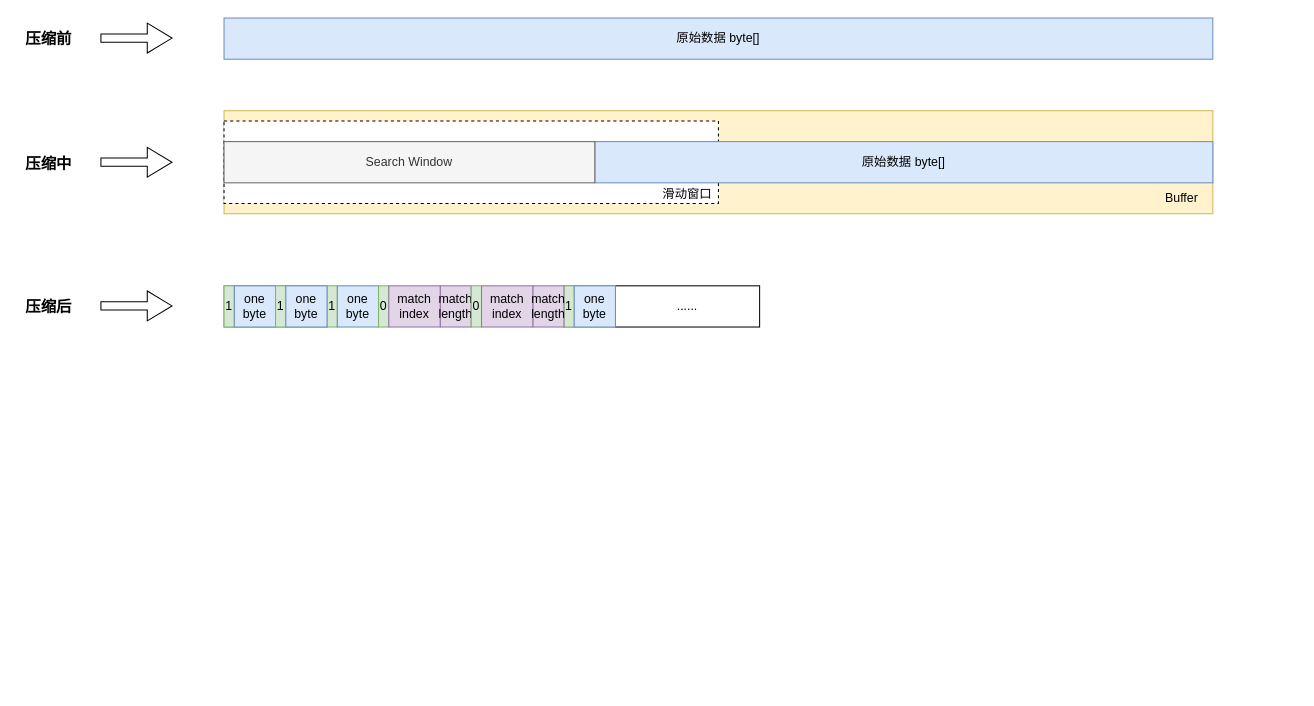
Earlier version of the draw.io diagram LZSS算法原理.drawio (blankbro/draw.io). Source tidied: cells renumbered, new cells numbered last; positions are measured from the earlier drawing's top-left corner, leaving out a move shared by most shapes. Both pictures are drawn from the tidied source at 103%, with x=0, y=0 at pixel (18, 18).
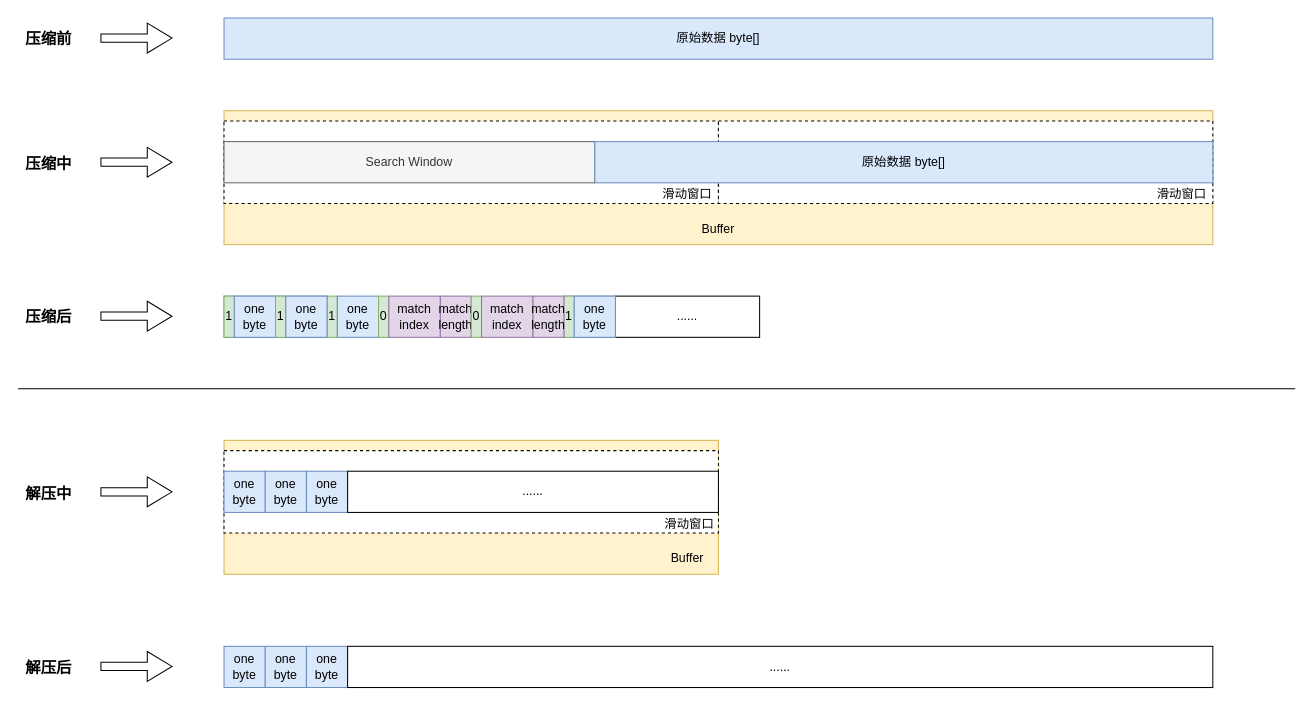
The same diagram, later.

Commit message (it also covers changes not shown here):
更新LZSS算法原理.drawio

The edit, as a diff of the source:
```diff
@@
+    <mxCell id="34" style="rounded=0;whiteSpace=wrap;html=1;fillColor=#fff2cc;strokeColor=#d6b656;" parent="1" vertex="1">
+      <mxGeometry x="200" y="410" width="480" height="130" as="geometry" />
+    </mxCell>
     <mxCell id="2" style="rounded=0;whiteSpace=wrap;html=1;fillColor=#fff2cc;strokeColor=#d6b656;" parent="1" vertex="1">
-      <mxGeometry x="200" y="90" width="960" height="100" as="geometry" />
+      <mxGeometry x="200" y="90" width="960" height="130" as="geometry" />
     </mxCell>
@@
-    <mxCell id="5" value="原始数据 byte[]" style="rounded=0;whiteSpace=wrap;html=1;fillColor=#dae8fc;strokeColor=#6c8ebf;" parent="1" vertex="1">
-      <mxGeometry x="560" y="120" width="600" height="40" as="geometry" />
-    </mxCell>
@@
     <mxCell id="8" value="Buffer" style="text;html=1;strokeColor=none;fillColor=none;align=center;verticalAlign=middle;whiteSpace=wrap;rounded=0;" parent="1" vertex="1">
-      <mxGeometry x="1100" y="160" width="60" height="30" as="geometry" />
+      <mxGeometry x="650" y="190" width="60" height="30" as="geometry" />
     </mxCell>
@@
     <mxCell id="11" style="group;" parent="1" vertex="1">
-      <mxGeometry x="200" y="260" width="520" height="40" as="geometry" />
+      <mxGeometry x="200" y="270" width="520" height="40" as="geometry" />
     </mxCell>
@@
     <mxCell id="30" value="&lt;font style=&quot;font-size: 15px;&quot;&gt;&lt;b&gt;压缩后&lt;/b&gt;&lt;/font&gt;" style="text;html=1;strokeColor=none;fillColor=none;align=center;verticalAlign=middle;whiteSpace=wrap;rounded=0;" parent="1" vertex="1">
-      <mxGeometry y="260" width="60" height="40" as="geometry" />
+      <mxGeometry y="270" width="60" height="40" as="geometry" />
     </mxCell>
@@
     <mxCell id="33" style="shape=flexArrow;endArrow=classic;html=1;rounded=0;width=8;endSize=7.67;" parent="1" edge="1">
       <mxGeometry relative="1" as="geometry">
-        <mxPoint x="80" y="279.5" as="sourcePoint" />
-        <mxPoint x="150" y="279.5" as="targetPoint" />
+        <mxPoint x="80" y="289.5" as="sourcePoint" />
+        <mxPoint x="150" y="289.5" as="targetPoint" />
       </mxGeometry>
     </mxCell>
+    <mxCell id="35" style="rounded=0;whiteSpace=wrap;html=1;fillColor=default;dashed=1;" parent="1" vertex="1">
+      <mxGeometry x="680" y="100" width="480" height="80" as="geometry" />
+    </mxCell>
+    <mxCell id="5" value="原始数据 byte[]" style="rounded=0;whiteSpace=wrap;html=1;fillColor=#dae8fc;strokeColor=#6c8ebf;" parent="1" vertex="1">
+      <mxGeometry x="560" y="120" width="600" height="40" as="geometry" />
+    </mxCell>
+    <mxCell id="36" value="滑动窗口" style="text;html=1;strokeColor=none;fillColor=none;align=center;verticalAlign=middle;whiteSpace=wrap;rounded=0;" parent="1" vertex="1">
+      <mxGeometry x="1100" y="156" width="60" height="30" as="geometry" />
+    </mxCell>
+    <mxCell id="37" style="rounded=0;whiteSpace=wrap;html=1;fillColor=default;dashed=1;" parent="1" vertex="1">
+      <mxGeometry x="200" y="420" width="480" height="80" as="geometry" />
+    </mxCell>
+    <mxCell id="38" value="Buffer" style="text;html=1;strokeColor=none;fillColor=none;align=center;verticalAlign=middle;whiteSpace=wrap;rounded=0;" parent="1" vertex="1">
+      <mxGeometry x="620" y="510" width="60" height="30" as="geometry" />
+    </mxCell>
+    <mxCell id="39" value="滑动窗口" style="text;html=1;strokeColor=none;fillColor=none;align=center;verticalAlign=middle;whiteSpace=wrap;rounded=0;" parent="1" vertex="1">
+      <mxGeometry x="622" y="477" width="60" height="30" as="geometry" />
+    </mxCell>
+    <mxCell id="40" value="&lt;font style=&quot;font-size: 15px;&quot;&gt;&lt;b&gt;解压中&lt;/b&gt;&lt;/font&gt;" style="text;html=1;strokeColor=none;fillColor=none;align=center;verticalAlign=middle;whiteSpace=wrap;rounded=0;" parent="1" vertex="1">
+      <mxGeometry y="441" width="60" height="39" as="geometry" />
+    </mxCell>
+    <mxCell id="41" style="shape=flexArrow;endArrow=classic;html=1;rounded=0;width=8;endSize=7.67;" parent="1" edge="1">
+      <mxGeometry relative="1" as="geometry">
+        <mxPoint x="80" y="460" as="sourcePoint" />
+        <mxPoint x="150" y="460" as="targetPoint" />
+      </mxGeometry>
+    </mxCell>
+    <mxCell id="42" style="group;" parent="1" vertex="1">
+      <mxGeometry x="200" y="440" width="480" height="40" as="geometry" />
+    </mxCell>
+    <mxCell id="43" value="one byte" style="rounded=0;whiteSpace=wrap;html=1;fillColor=#dae8fc;strokeColor=#6c8ebf;" parent="42" vertex="1">
+      <mxGeometry width="40" height="40" as="geometry" />
+    </mxCell>
+    <mxCell id="44" value="one byte" style="rounded=0;whiteSpace=wrap;html=1;fillColor=#dae8fc;strokeColor=#6c8ebf;" parent="42" vertex="1">
+      <mxGeometry x="40" width="40" height="40" as="geometry" />
+    </mxCell>
+    <mxCell id="45" value="one byte" style="rounded=0;whiteSpace=wrap;html=1;fillColor=#dae8fc;strokeColor=#6c8ebf;" parent="42" vertex="1">
+      <mxGeometry x="80" width="40" height="40" as="geometry" />
+    </mxCell>
+    <mxCell id="46" value="......" style="rounded=0;whiteSpace=wrap;html=1;" parent="42" vertex="1">
+      <mxGeometry x="120" width="360" height="40" as="geometry" />
+    </mxCell>
+    <mxCell id="47" value="one byte" style="rounded=0;whiteSpace=wrap;html=1;fillColor=#dae8fc;strokeColor=#6c8ebf;" parent="1" vertex="1">
+      <mxGeometry x="200" y="610" width="40" height="40" as="geometry" />
+    </mxCell>
+    <mxCell id="48" value="one byte" style="rounded=0;whiteSpace=wrap;html=1;fillColor=#dae8fc;strokeColor=#6c8ebf;" parent="1" vertex="1">
+      <mxGeometry x="240" y="610" width="40" height="40" as="geometry" />
+    </mxCell>
+    <mxCell id="49" value="one byte" style="rounded=0;whiteSpace=wrap;html=1;fillColor=#dae8fc;strokeColor=#6c8ebf;" parent="1" vertex="1">
+      <mxGeometry x="280" y="610" width="40" height="40" as="geometry" />
+    </mxCell>
+    <mxCell id="50" value="......" style="rounded=0;whiteSpace=wrap;html=1;" parent="1" vertex="1">
+      <mxGeometry x="320" y="610" width="840" height="40" as="geometry" />
+    </mxCell>
+    <mxCell id="51" value="&lt;span style=&quot;font-size: 15px;&quot;&gt;&lt;b&gt;解压后&lt;/b&gt;&lt;/span&gt;" style="text;html=1;strokeColor=none;fillColor=none;align=center;verticalAlign=middle;whiteSpace=wrap;rounded=0;" parent="1" vertex="1">
+      <mxGeometry y="610" width="60" height="40" as="geometry" />
+    </mxCell>
+    <mxCell id="52" style="shape=flexArrow;endArrow=classic;html=1;rounded=0;width=8;endSize=7.67;" parent="1" edge="1">
+      <mxGeometry relative="1" as="geometry">
+        <mxPoint x="80" y="629.5" as="sourcePoint" />
+        <mxPoint x="150" y="629.5" as="targetPoint" />
+      </mxGeometry>
+    </mxCell>
+    <mxCell id="53" style="endArrow=none;html=1;rounded=0;" parent="1" edge="1">
+      <mxGeometry relative="1" as="geometry">
+        <mxPoint y="360" as="sourcePoint" />
+        <mxPoint x="1240" y="360" as="targetPoint" />
+      </mxGeometry>
+    </mxCell>
```
